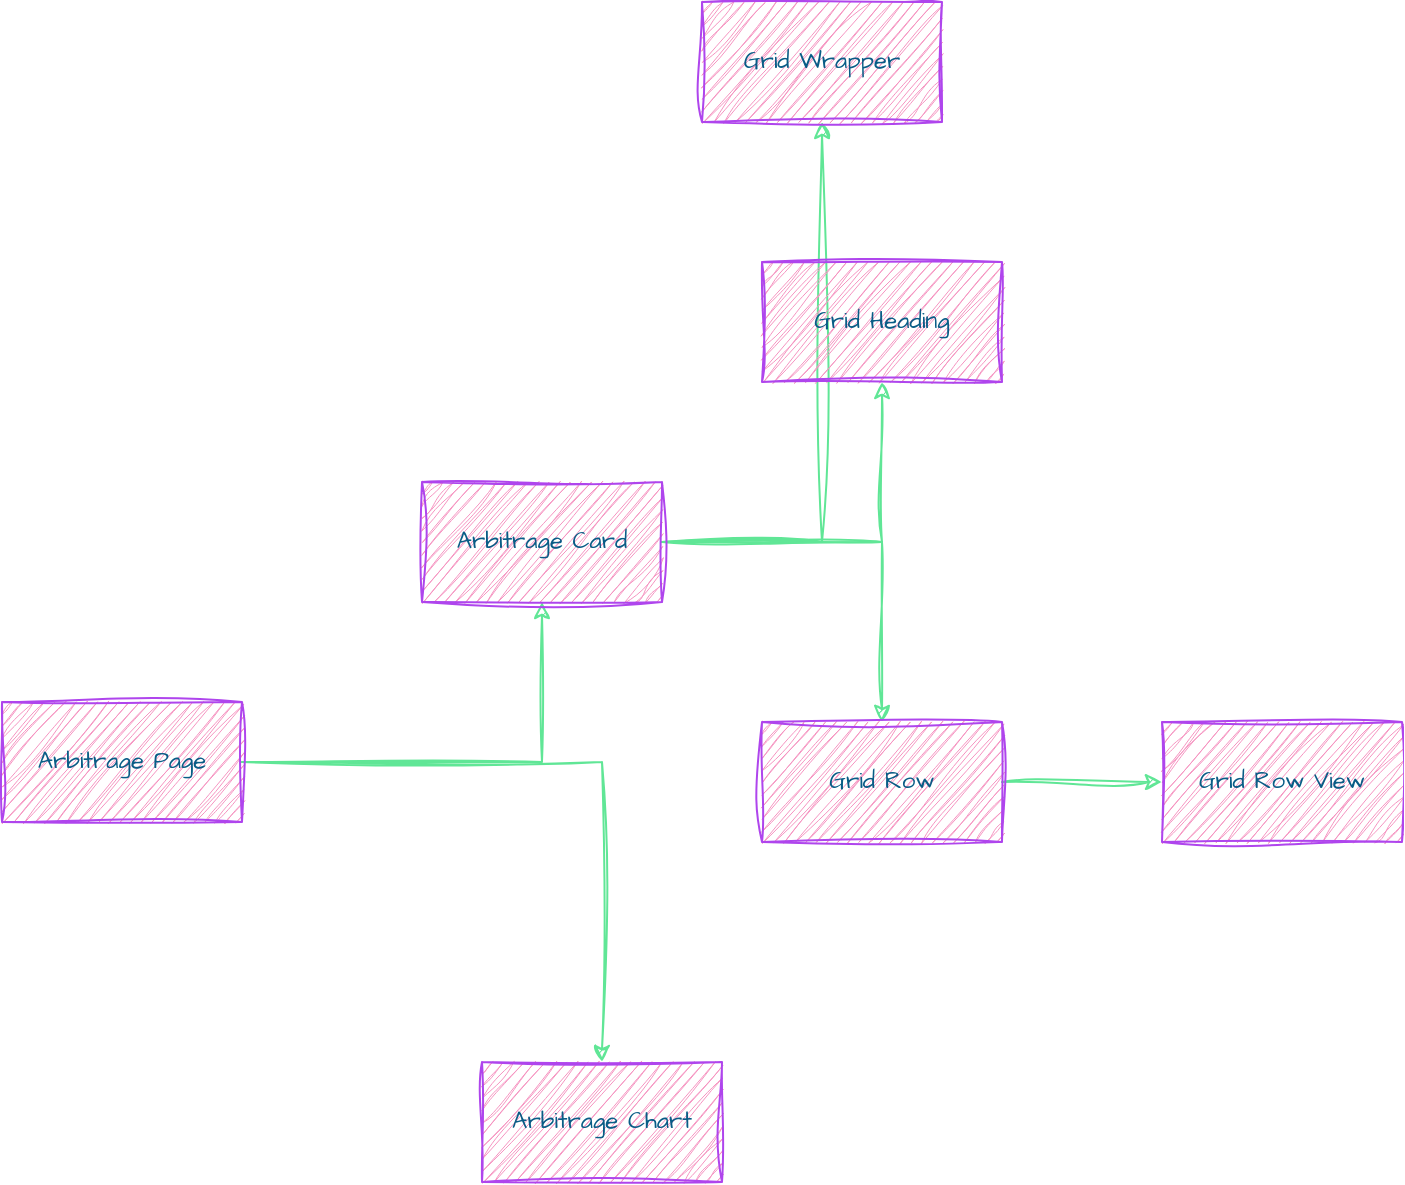
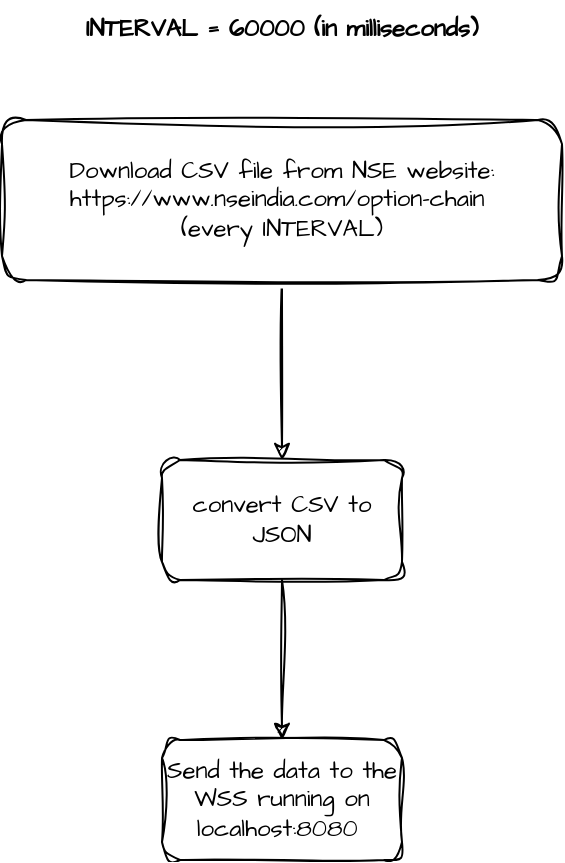
- <mxfile host="app.diagrams.net" pages="6">
+ <mxfile host="app.diagrams.net" pages="7">
+   <diagram id="DJJglXgiiesMZdZrMfj2" name="NSE OI Ticker">
+     <mxGraphModel dx="1357" dy="626" grid="1" gridSize="10" guides="1" tooltips="1" connect="1" arrows="1" fold="1" page="0" pageScale="1" pageWidth="402" pageHeight="874" math="0" shadow="0">
+       <root>
+         <mxCell id="0" />
+         <mxCell id="1" parent="0" />
+         <mxCell id="Dn79RjD0hEObntO6noCi-4" edge="1" parent="1" source="Dn79RjD0hEObntO6noCi-1" style="edgeStyle=orthogonalEdgeStyle;rounded=0;sketch=1;hachureGap=4;jiggle=2;curveFitting=1;orthogonalLoop=1;jettySize=auto;html=1;fontFamily=Architects Daughter;fontSource=https%3A%2F%2Ffonts.googleapis.com%2Fcss%3Ffamily%3DArchitects%2BDaughter;" target="Dn79RjD0hEObntO6noCi-3" value="">
+           <mxGeometry relative="1" as="geometry" />
+         </mxCell>
+         <mxCell id="Dn79RjD0hEObntO6noCi-1" parent="1" style="rounded=1;whiteSpace=wrap;html=1;sketch=1;hachureGap=4;jiggle=2;curveFitting=1;fontFamily=Architects Daughter;fontSource=https%3A%2F%2Ffonts.googleapis.com%2Fcss%3Ffamily%3DArchitects%2BDaughter;" value="&lt;div&gt;Download CSV file from NSE website: https://www.nseindia.com/option-chain&amp;nbsp;&lt;/div&gt;&lt;div&gt;(every INTERVAL)&lt;/div&gt;" vertex="1">
+           <mxGeometry height="80" width="280" x="-30" y="120" as="geometry" />
+         </mxCell>
+         <mxCell id="Dn79RjD0hEObntO6noCi-2" parent="1" style="text;html=1;whiteSpace=wrap;strokeColor=none;fillColor=none;align=center;verticalAlign=middle;rounded=0;fontFamily=Architects Daughter;fontSource=https%3A%2F%2Ffonts.googleapis.com%2Fcss%3Ffamily%3DArchitects%2BDaughter;fontStyle=1" value="INTERVAL = 60000 (in milliseconds)" vertex="1">
+           <mxGeometry height="30" width="220" y="60" as="geometry" />
+         </mxCell>
+         <mxCell id="Dn79RjD0hEObntO6noCi-6" edge="1" parent="1" source="Dn79RjD0hEObntO6noCi-3" style="edgeStyle=orthogonalEdgeStyle;rounded=0;sketch=1;hachureGap=4;jiggle=2;curveFitting=1;orthogonalLoop=1;jettySize=auto;html=1;fontFamily=Architects Daughter;fontSource=https%3A%2F%2Ffonts.googleapis.com%2Fcss%3Ffamily%3DArchitects%2BDaughter;" target="Dn79RjD0hEObntO6noCi-5" value="">
+           <mxGeometry relative="1" as="geometry" />
+         </mxCell>
+         <mxCell id="Dn79RjD0hEObntO6noCi-3" parent="1" style="whiteSpace=wrap;html=1;fontFamily=Architects Daughter;rounded=1;sketch=1;hachureGap=4;jiggle=2;curveFitting=1;fontSource=https%3A%2F%2Ffonts.googleapis.com%2Fcss%3Ffamily%3DArchitects%2BDaughter;" value="convert CSV to JSON" vertex="1">
+           <mxGeometry height="60" width="120" x="50" y="290" as="geometry" />
+         </mxCell>
+         <mxCell id="Dn79RjD0hEObntO6noCi-5" parent="1" style="whiteSpace=wrap;html=1;fontFamily=Architects Daughter;rounded=1;sketch=1;hachureGap=4;jiggle=2;curveFitting=1;fontSource=https%3A%2F%2Ffonts.googleapis.com%2Fcss%3Ffamily%3DArchitects%2BDaughter;" value="Send the data to the WSS running on localhost:8080&amp;nbsp;" vertex="1">
+           <mxGeometry height="60" width="120" x="50" y="430" as="geometry" />
+         </mxCell>
+       </root>
+     </mxGraphModel>
+   </diagram>
  <diagram id="4BpxD9aP9KdIrpdj0uMA" name="Arbitrage Page">
    <mxGraphModel dx="1357" dy="1026" grid="1" gridSize="10" guides="1" tooltips="1" connect="1" arrows="1" fold="1" page="0" pageScale="1" pageWidth="402" pageHeight="874" math="0" shadow="0">
      <root>
        <mxCell id="0" />
        <mxCell id="1" parent="0" />
        <mxCell id="s9Nx30N8KHW5dVmqoR0w-8" edge="1" parent="1" source="s9Nx30N8KHW5dVmqoR0w-1" style="edgeStyle=orthogonalEdgeStyle;rounded=0;sketch=1;hachureGap=4;jiggle=2;curveFitting=1;orthogonalLoop=1;jettySize=auto;html=1;strokeColor=#60E696;fontFamily=Architects Daughter;fontSource=https%3A%2F%2Ffonts.googleapis.com%2Fcss%3Ffamily%3DArchitects%2BDaughter;fontColor=#095C86;fillColor=#F694C1;" target="s9Nx30N8KHW5dVmqoR0w-7" value="">
          <mxGeometry relative="1" as="geometry" />
        </mxCell>
        <mxCell id="s9Nx30N8KHW5dVmqoR0w-16" edge="1" parent="1" source="s9Nx30N8KHW5dVmqoR0w-1" style="edgeStyle=orthogonalEdgeStyle;rounded=0;sketch=1;hachureGap=4;jiggle=2;curveFitting=1;orthogonalLoop=1;jettySize=auto;html=1;strokeColor=#60E696;fontFamily=Architects Daughter;fontSource=https%3A%2F%2Ffonts.googleapis.com%2Fcss%3Ffamily%3DArchitects%2BDaughter;fontColor=#095C86;fillColor=#F694C1;" target="s9Nx30N8KHW5dVmqoR0w-15" value="">
          <mxGeometry relative="1" as="geometry" />
        </mxCell>
        <mxCell id="s9Nx30N8KHW5dVmqoR0w-1" parent="1" style="whiteSpace=wrap;html=1;sketch=1;hachureGap=4;jiggle=2;curveFitting=1;strokeColor=#AF45ED;fontFamily=Architects Daughter;fontSource=https%3A%2F%2Ffonts.googleapis.com%2Fcss%3Ffamily%3DArchitects%2BDaughter;fontColor=#095C86;fillColor=#F694C1;" value="Arbitrage Page" vertex="1">
          <mxGeometry height="60" width="120" x="-110" y="240" as="geometry" />
        </mxCell>
        <mxCell id="s9Nx30N8KHW5dVmqoR0w-10" edge="1" parent="1" source="s9Nx30N8KHW5dVmqoR0w-7" style="edgeStyle=orthogonalEdgeStyle;rounded=0;sketch=1;hachureGap=4;jiggle=2;curveFitting=1;orthogonalLoop=1;jettySize=auto;html=1;strokeColor=#60E696;fontFamily=Architects Daughter;fontSource=https%3A%2F%2Ffonts.googleapis.com%2Fcss%3Ffamily%3DArchitects%2BDaughter;fontColor=#095C86;fillColor=#F694C1;" target="s9Nx30N8KHW5dVmqoR0w-9" value="">
          <mxGeometry relative="1" as="geometry" />
        </mxCell>
        <mxCell id="s9Nx30N8KHW5dVmqoR0w-12" edge="1" parent="1" source="s9Nx30N8KHW5dVmqoR0w-7" style="edgeStyle=orthogonalEdgeStyle;rounded=0;sketch=1;hachureGap=4;jiggle=2;curveFitting=1;orthogonalLoop=1;jettySize=auto;html=1;strokeColor=#60E696;fontFamily=Architects Daughter;fontSource=https%3A%2F%2Ffonts.googleapis.com%2Fcss%3Ffamily%3DArchitects%2BDaughter;fontColor=#095C86;fillColor=#F694C1;" target="s9Nx30N8KHW5dVmqoR0w-11" value="">
          <mxGeometry relative="1" as="geometry" />
        </mxCell>
        <mxCell id="s9Nx30N8KHW5dVmqoR0w-18" edge="1" parent="1" source="s9Nx30N8KHW5dVmqoR0w-7" style="edgeStyle=orthogonalEdgeStyle;rounded=0;sketch=1;hachureGap=4;jiggle=2;curveFitting=1;orthogonalLoop=1;jettySize=auto;html=1;strokeColor=#60E696;fontFamily=Architects Daughter;fontSource=https%3A%2F%2Ffonts.googleapis.com%2Fcss%3Ffamily%3DArchitects%2BDaughter;fontColor=#095C86;fillColor=#F694C1;" target="s9Nx30N8KHW5dVmqoR0w-17" value="">
          <mxGeometry relative="1" as="geometry" />
        </mxCell>
        <mxCell id="s9Nx30N8KHW5dVmqoR0w-7" parent="1" style="whiteSpace=wrap;html=1;fontFamily=Architects Daughter;fillColor=#F694C1;strokeColor=#AF45ED;fontColor=#095C86;sketch=1;hachureGap=4;jiggle=2;curveFitting=1;fontSource=https%3A%2F%2Ffonts.googleapis.com%2Fcss%3Ffamily%3DArchitects%2BDaughter;" value="Arbitrage Card" vertex="1">
          <mxGeometry height="60" width="120" x="100" y="130" as="geometry" />
        </mxCell>
        <mxCell id="s9Nx30N8KHW5dVmqoR0w-9" parent="1" style="whiteSpace=wrap;html=1;fontFamily=Architects Daughter;fillColor=#F694C1;strokeColor=#AF45ED;fontColor=#095C86;sketch=1;hachureGap=4;jiggle=2;curveFitting=1;fontSource=https%3A%2F%2Ffonts.googleapis.com%2Fcss%3Ffamily%3DArchitects%2BDaughter;" value="Grid Heading" vertex="1">
          <mxGeometry height="60" width="120" x="270" y="20" as="geometry" />
        </mxCell>
        <mxCell id="s9Nx30N8KHW5dVmqoR0w-14" edge="1" parent="1" source="s9Nx30N8KHW5dVmqoR0w-11" style="edgeStyle=orthogonalEdgeStyle;rounded=0;sketch=1;hachureGap=4;jiggle=2;curveFitting=1;orthogonalLoop=1;jettySize=auto;html=1;strokeColor=#60E696;fontFamily=Architects Daughter;fontSource=https%3A%2F%2Ffonts.googleapis.com%2Fcss%3Ffamily%3DArchitects%2BDaughter;fontColor=#095C86;fillColor=#F694C1;" target="s9Nx30N8KHW5dVmqoR0w-13" value="">
          <mxGeometry relative="1" as="geometry" />
        </mxCell>
        <mxCell id="s9Nx30N8KHW5dVmqoR0w-11" parent="1" style="whiteSpace=wrap;html=1;fontFamily=Architects Daughter;fillColor=#F694C1;strokeColor=#AF45ED;fontColor=#095C86;sketch=1;hachureGap=4;jiggle=2;curveFitting=1;fontSource=https%3A%2F%2Ffonts.googleapis.com%2Fcss%3Ffamily%3DArchitects%2BDaughter;" value="Grid Row" vertex="1">
          <mxGeometry height="60" width="120" x="270" y="250" as="geometry" />
        </mxCell>
        <mxCell id="s9Nx30N8KHW5dVmqoR0w-13" parent="1" style="whiteSpace=wrap;html=1;fontFamily=Architects Daughter;fillColor=#F694C1;strokeColor=#AF45ED;fontColor=#095C86;sketch=1;hachureGap=4;jiggle=2;curveFitting=1;fontSource=https%3A%2F%2Ffonts.googleapis.com%2Fcss%3Ffamily%3DArchitects%2BDaughter;" value="Grid Row View" vertex="1">
          <mxGeometry height="60" width="120" x="470" y="250" as="geometry" />
        </mxCell>
        <mxCell id="s9Nx30N8KHW5dVmqoR0w-15" parent="1" style="whiteSpace=wrap;html=1;fontFamily=Architects Daughter;fillColor=#F694C1;strokeColor=#AF45ED;fontColor=#095C86;sketch=1;hachureGap=4;jiggle=2;curveFitting=1;fontSource=https%3A%2F%2Ffonts.googleapis.com%2Fcss%3Ffamily%3DArchitects%2BDaughter;" value="Arbitrage Chart" vertex="1">
          <mxGeometry height="60" width="120" x="130" y="420" as="geometry" />
        </mxCell>
        <mxCell id="s9Nx30N8KHW5dVmqoR0w-17" parent="1" style="whiteSpace=wrap;html=1;fontFamily=Architects Daughter;fillColor=#F694C1;strokeColor=#AF45ED;fontColor=#095C86;sketch=1;hachureGap=4;jiggle=2;curveFitting=1;fontSource=https%3A%2F%2Ffonts.googleapis.com%2Fcss%3Ffamily%3DArchitects%2BDaughter;" value="Grid Wrapper" vertex="1">
          <mxGeometry height="60" width="120" x="240" y="-110" as="geometry" />
        </mxCell>
      </root>
    </mxGraphModel>
  </diagram>
  <diagram id="wPQbEJP3DVO_ncDqMHqx" name="Sessions Page">
    <mxGraphModel dx="2395" dy="1443" grid="1" gridSize="10" guides="1" tooltips="1" connect="1" arrows="1" fold="1" page="0" pageScale="1" pageWidth="402" pageHeight="874" math="0" shadow="0">
      <root>
        <mxCell id="0" />
        <mxCell id="1" parent="0" />
        <mxCell id="DB1AKVm6qyutKQlFYAWD-6" edge="1" parent="1" source="DB1AKVm6qyutKQlFYAWD-1" style="edgeStyle=orthogonalEdgeStyle;rounded=1;orthogonalLoop=1;jettySize=auto;html=1;sketch=1;curveFitting=1;jiggle=2;labelBackgroundColor=none;fontColor=default;strokeColor=#60E696;" target="DB1AKVm6qyutKQlFYAWD-5" value="">
          <mxGeometry relative="1" as="geometry" />
        </mxCell>
        <mxCell id="DB1AKVm6qyutKQlFYAWD-8" edge="1" parent="1" source="DB1AKVm6qyutKQlFYAWD-1" style="edgeStyle=orthogonalEdgeStyle;rounded=1;orthogonalLoop=1;jettySize=auto;html=1;sketch=1;curveFitting=1;jiggle=2;labelBackgroundColor=none;fontColor=default;strokeColor=#60E696;" target="DB1AKVm6qyutKQlFYAWD-7" value="">
          <mxGeometry relative="1" as="geometry">
            <Array as="points">
              <mxPoint x="120" y="270" />
            </Array>
          </mxGeometry>
        </mxCell>
        <mxCell id="DB1AKVm6qyutKQlFYAWD-10" edge="1" parent="1" source="DB1AKVm6qyutKQlFYAWD-1" style="edgeStyle=orthogonalEdgeStyle;rounded=1;orthogonalLoop=1;jettySize=auto;html=1;sketch=1;curveFitting=1;jiggle=2;labelBackgroundColor=none;fontColor=default;strokeColor=#60E696;" target="DB1AKVm6qyutKQlFYAWD-9" value="">
          <mxGeometry relative="1" as="geometry">
            <Array as="points">
              <mxPoint x="120" y="60" />
            </Array>
          </mxGeometry>
        </mxCell>
        <mxCell id="DB1AKVm6qyutKQlFYAWD-1" parent="1" style="rounded=1;whiteSpace=wrap;html=1;sketch=1;curveFitting=1;jiggle=2;labelBackgroundColor=none;fillColor=#F694C1;strokeColor=#AF45ED;fontColor=#095C86;" value="add-scrip" vertex="1">
          <mxGeometry height="60" width="120" x="60" y="130" as="geometry" />
        </mxCell>
        <mxCell id="DB1AKVm6qyutKQlFYAWD-4" edge="1" parent="1" source="DB1AKVm6qyutKQlFYAWD-3" style="edgeStyle=orthogonalEdgeStyle;rounded=1;orthogonalLoop=1;jettySize=auto;html=1;sketch=1;curveFitting=1;jiggle=2;labelBackgroundColor=none;fontColor=default;strokeColor=#60E696;" target="DB1AKVm6qyutKQlFYAWD-1" value="">
          <mxGeometry relative="1" as="geometry" />
        </mxCell>
        <mxCell id="DB1AKVm6qyutKQlFYAWD-12" edge="1" parent="1" source="DB1AKVm6qyutKQlFYAWD-3" style="edgeStyle=orthogonalEdgeStyle;rounded=1;orthogonalLoop=1;jettySize=auto;html=1;sketch=1;curveFitting=1;jiggle=2;labelBackgroundColor=none;fontColor=default;strokeColor=#60E696;" target="DB1AKVm6qyutKQlFYAWD-11" value="">
          <mxGeometry relative="1" as="geometry">
            <Array as="points">
              <mxPoint x="-100" y="360" />
            </Array>
          </mxGeometry>
        </mxCell>
        <mxCell id="DB1AKVm6qyutKQlFYAWD-3" parent="1" style="rounded=1;whiteSpace=wrap;html=1;sketch=1;curveFitting=1;jiggle=2;labelBackgroundColor=none;fillColor=#F694C1;strokeColor=#AF45ED;fontColor=#095C86;" value="add-session-cta" vertex="1">
          <mxGeometry height="60" width="120" x="-160" y="130" as="geometry" />
        </mxCell>
        <mxCell id="DB1AKVm6qyutKQlFYAWD-5" parent="1" style="whiteSpace=wrap;html=1;rounded=1;sketch=1;curveFitting=1;jiggle=2;labelBackgroundColor=none;fillColor=#F694C1;strokeColor=#AF45ED;fontColor=#095C86;" value="select-exchange" vertex="1">
          <mxGeometry height="60" width="120" x="310" y="130" as="geometry" />
        </mxCell>
        <mxCell id="ouMAoqMrmdJ_XqpmxOQB-3" edge="1" parent="1" source="DB1AKVm6qyutKQlFYAWD-7" style="edgeStyle=orthogonalEdgeStyle;rounded=1;sketch=1;hachureGap=4;jiggle=2;curveFitting=1;orthogonalLoop=1;jettySize=auto;html=1;fontFamily=Architects Daughter;fontSource=https%3A%2F%2Ffonts.googleapis.com%2Fcss%3Ffamily%3DArchitects%2BDaughter;labelBackgroundColor=none;fontColor=default;strokeColor=#60E696;" target="ouMAoqMrmdJ_XqpmxOQB-1">
          <mxGeometry relative="1" as="geometry" />
        </mxCell>
        <mxCell id="DB1AKVm6qyutKQlFYAWD-7" parent="1" style="whiteSpace=wrap;html=1;rounded=1;sketch=1;curveFitting=1;jiggle=2;labelBackgroundColor=none;fillColor=#F694C1;strokeColor=#AF45ED;fontColor=#095C86;" value="NSE Scrip Form" vertex="1">
          <mxGeometry height="60" width="120" x="310" y="220" as="geometry" />
        </mxCell>
        <mxCell id="ouMAoqMrmdJ_XqpmxOQB-2" edge="1" parent="1" source="DB1AKVm6qyutKQlFYAWD-9" style="edgeStyle=orthogonalEdgeStyle;rounded=1;sketch=1;hachureGap=4;jiggle=2;curveFitting=1;orthogonalLoop=1;jettySize=auto;html=1;fontFamily=Architects Daughter;fontSource=https%3A%2F%2Ffonts.googleapis.com%2Fcss%3Ffamily%3DArchitects%2BDaughter;labelBackgroundColor=none;fontColor=default;strokeColor=#60E696;" target="ouMAoqMrmdJ_XqpmxOQB-1" value="">
          <mxGeometry relative="1" as="geometry" />
        </mxCell>
        <mxCell id="DB1AKVm6qyutKQlFYAWD-9" parent="1" style="whiteSpace=wrap;html=1;rounded=1;sketch=1;curveFitting=1;jiggle=2;labelBackgroundColor=none;fillColor=#F694C1;strokeColor=#AF45ED;fontColor=#095C86;" value="NFO Scrip Form" vertex="1">
          <mxGeometry height="60" width="120" x="310" y="30" as="geometry" />
        </mxCell>
        <mxCell id="ouMAoqMrmdJ_XqpmxOQB-15" edge="1" parent="1" source="DB1AKVm6qyutKQlFYAWD-11" style="edgeStyle=orthogonalEdgeStyle;rounded=1;sketch=1;hachureGap=4;jiggle=2;curveFitting=1;orthogonalLoop=1;jettySize=auto;html=1;fontFamily=Architects Daughter;fontSource=https%3A%2F%2Ffonts.googleapis.com%2Fcss%3Ffamily%3DArchitects%2BDaughter;labelBackgroundColor=none;fontColor=default;strokeColor=#60E696;" target="ouMAoqMrmdJ_XqpmxOQB-14" value="">
          <mxGeometry relative="1" as="geometry" />
        </mxCell>
        <mxCell id="ouMAoqMrmdJ_XqpmxOQB-17" edge="1" parent="1" source="DB1AKVm6qyutKQlFYAWD-11" style="edgeStyle=orthogonalEdgeStyle;rounded=1;sketch=1;hachureGap=4;jiggle=2;curveFitting=1;orthogonalLoop=1;jettySize=auto;html=1;fontFamily=Architects Daughter;fontSource=https%3A%2F%2Ffonts.googleapis.com%2Fcss%3Ffamily%3DArchitects%2BDaughter;labelBackgroundColor=none;fontColor=default;strokeColor=#60E696;" target="ouMAoqMrmdJ_XqpmxOQB-16" value="">
          <mxGeometry relative="1" as="geometry">
            <Array as="points">
              <mxPoint x="120" y="520" />
            </Array>
          </mxGeometry>
        </mxCell>
        <mxCell id="DB1AKVm6qyutKQlFYAWD-11" parent="1" style="whiteSpace=wrap;html=1;rounded=1;sketch=1;curveFitting=1;jiggle=2;labelBackgroundColor=none;fillColor=#F694C1;strokeColor=#AF45ED;fontColor=#095C86;" value="scrip-list" vertex="1">
          <mxGeometry height="60" width="120" x="60" y="330" as="geometry" />
        </mxCell>
        <mxCell id="DB1AKVm6qyutKQlFYAWD-15" edge="1" parent="1" source="DB1AKVm6qyutKQlFYAWD-14" style="edgeStyle=orthogonalEdgeStyle;rounded=1;sketch=1;hachureGap=4;jiggle=2;curveFitting=1;orthogonalLoop=1;jettySize=auto;html=1;entryX=0;entryY=0.5;entryDx=0;entryDy=0;fontFamily=Architects Daughter;fontSource=https%3A%2F%2Ffonts.googleapis.com%2Fcss%3Ffamily%3DArchitects%2BDaughter;fontColor=default;labelBackgroundColor=none;strokeColor=#60E696;" target="DB1AKVm6qyutKQlFYAWD-3">
          <mxGeometry relative="1" as="geometry">
            <Array as="points">
              <mxPoint x="-360" y="160" />
            </Array>
          </mxGeometry>
        </mxCell>
        <mxCell id="ouMAoqMrmdJ_XqpmxOQB-28" edge="1" parent="1" source="DB1AKVm6qyutKQlFYAWD-14" style="edgeStyle=orthogonalEdgeStyle;rounded=1;sketch=1;hachureGap=4;jiggle=2;curveFitting=1;orthogonalLoop=1;jettySize=auto;html=1;entryX=0;entryY=0.5;entryDx=0;entryDy=0;fontFamily=Architects Daughter;fontSource=https%3A%2F%2Ffonts.googleapis.com%2Fcss%3Ffamily%3DArchitects%2BDaughter;labelBackgroundColor=none;fontColor=default;strokeColor=#60E696;" target="ouMAoqMrmdJ_XqpmxOQB-19">
          <mxGeometry relative="1" as="geometry">
            <Array as="points">
              <mxPoint x="-360" y="880" />
            </Array>
          </mxGeometry>
        </mxCell>
        <mxCell id="DB1AKVm6qyutKQlFYAWD-14" parent="1" style="rounded=1;whiteSpace=wrap;html=1;sketch=1;curveFitting=1;jiggle=2;labelBackgroundColor=none;fillColor=#F694C1;strokeColor=#AF45ED;fontColor=#095C86;" value="sessions-page" vertex="1">
          <mxGeometry height="60" width="120" x="-420" y="320" as="geometry" />
        </mxCell>
        <mxCell id="ouMAoqMrmdJ_XqpmxOQB-1" parent="1" style="whiteSpace=wrap;html=1;rounded=1;sketch=1;curveFitting=1;jiggle=2;labelBackgroundColor=none;fillColor=#F694C1;strokeColor=#AF45ED;fontColor=#095C86;" value="base form" vertex="1">
          <mxGeometry height="60" width="120" x="560" y="130" as="geometry" />
        </mxCell>
        <mxCell id="ouMAoqMrmdJ_XqpmxOQB-6" edge="1" parent="1" source="ouMAoqMrmdJ_XqpmxOQB-4" style="edgeStyle=orthogonalEdgeStyle;rounded=1;sketch=1;hachureGap=4;jiggle=2;curveFitting=1;orthogonalLoop=1;jettySize=auto;html=1;fontFamily=Architects Daughter;fontSource=https%3A%2F%2Ffonts.googleapis.com%2Fcss%3Ffamily%3DArchitects%2BDaughter;labelBackgroundColor=none;fontColor=default;strokeColor=#60E696;" target="ouMAoqMrmdJ_XqpmxOQB-5" value="">
          <mxGeometry relative="1" as="geometry" />
        </mxCell>
        <mxCell id="ouMAoqMrmdJ_XqpmxOQB-4" parent="1" style="whiteSpace=wrap;html=1;sketch=1;hachureGap=4;jiggle=2;curveFitting=1;fontFamily=Architects Daughter;fontSource=https%3A%2F%2Ffonts.googleapis.com%2Fcss%3Ffamily%3DArchitects%2BDaughter;labelBackgroundColor=none;rounded=1;fillColor=#F694C1;strokeColor=#AF45ED;fontColor=#095C86;" value="start Session" vertex="1">
          <mxGeometry height="60" width="120" x="900" y="-60" as="geometry" />
        </mxCell>
        <mxCell id="ouMAoqMrmdJ_XqpmxOQB-8" edge="1" parent="1" source="ouMAoqMrmdJ_XqpmxOQB-5" style="edgeStyle=orthogonalEdgeStyle;rounded=1;sketch=1;hachureGap=4;jiggle=2;curveFitting=1;orthogonalLoop=1;jettySize=auto;html=1;fontFamily=Architects Daughter;fontSource=https%3A%2F%2Ffonts.googleapis.com%2Fcss%3Ffamily%3DArchitects%2BDaughter;labelBackgroundColor=none;fontColor=default;strokeColor=#60E696;" target="ouMAoqMrmdJ_XqpmxOQB-7" value="">
          <mxGeometry relative="1" as="geometry" />
        </mxCell>
        <mxCell id="ouMAoqMrmdJ_XqpmxOQB-5" parent="1" style="whiteSpace=wrap;html=1;fontFamily=Architects Daughter;sketch=1;hachureGap=4;jiggle=2;curveFitting=1;fontSource=https%3A%2F%2Ffonts.googleapis.com%2Fcss%3Ffamily%3DArchitects%2BDaughter;labelBackgroundColor=none;rounded=1;fillColor=#F694C1;strokeColor=#AF45ED;fontColor=#095C86;" value="Place order" vertex="1">
          <mxGeometry height="60" width="120" x="1100" y="-60" as="geometry" />
        </mxCell>
        <mxCell id="ouMAoqMrmdJ_XqpmxOQB-10" edge="1" parent="1" source="ouMAoqMrmdJ_XqpmxOQB-7" style="edgeStyle=orthogonalEdgeStyle;rounded=1;sketch=1;hachureGap=4;jiggle=2;curveFitting=1;orthogonalLoop=1;jettySize=auto;html=1;fontFamily=Architects Daughter;fontSource=https%3A%2F%2Ffonts.googleapis.com%2Fcss%3Ffamily%3DArchitects%2BDaughter;labelBackgroundColor=none;fontColor=default;strokeColor=#60E696;" target="ouMAoqMrmdJ_XqpmxOQB-9" value="">
          <mxGeometry relative="1" as="geometry" />
        </mxCell>
        <mxCell id="ouMAoqMrmdJ_XqpmxOQB-7" parent="1" style="whiteSpace=wrap;html=1;fontFamily=Architects Daughter;sketch=1;hachureGap=4;jiggle=2;curveFitting=1;fontSource=https%3A%2F%2Ffonts.googleapis.com%2Fcss%3Ffamily%3DArchitects%2BDaughter;labelBackgroundColor=none;rounded=1;fillColor=#F694C1;strokeColor=#AF45ED;fontColor=#095C86;" value="update trade" vertex="1">
          <mxGeometry height="60" width="120" x="1300" y="-60" as="geometry" />
        </mxCell>
        <mxCell id="ouMAoqMrmdJ_XqpmxOQB-12" edge="1" parent="1" source="ouMAoqMrmdJ_XqpmxOQB-9" style="edgeStyle=orthogonalEdgeStyle;rounded=1;sketch=1;hachureGap=4;jiggle=2;curveFitting=1;orthogonalLoop=1;jettySize=auto;html=1;fontFamily=Architects Daughter;fontSource=https%3A%2F%2Ffonts.googleapis.com%2Fcss%3Ffamily%3DArchitects%2BDaughter;labelBackgroundColor=none;fontColor=default;strokeColor=#60E696;" target="ouMAoqMrmdJ_XqpmxOQB-11" value="">
          <mxGeometry relative="1" as="geometry" />
        </mxCell>
        <mxCell id="ouMAoqMrmdJ_XqpmxOQB-9" parent="1" style="whiteSpace=wrap;html=1;fontFamily=Architects Daughter;sketch=1;hachureGap=4;jiggle=2;curveFitting=1;fontSource=https%3A%2F%2Ffonts.googleapis.com%2Fcss%3Ffamily%3DArchitects%2BDaughter;labelBackgroundColor=none;rounded=1;fillColor=#F694C1;strokeColor=#AF45ED;fontColor=#095C86;" value="update netPosition" vertex="1">
          <mxGeometry height="60" width="120" x="1500" y="-60" as="geometry" />
        </mxCell>
        <mxCell id="ouMAoqMrmdJ_XqpmxOQB-11" parent="1" style="whiteSpace=wrap;html=1;fontFamily=Architects Daughter;sketch=1;hachureGap=4;jiggle=2;curveFitting=1;fontSource=https%3A%2F%2Ffonts.googleapis.com%2Fcss%3Ffamily%3DArchitects%2BDaughter;labelBackgroundColor=none;rounded=1;fillColor=#F694C1;strokeColor=#AF45ED;fontColor=#095C86;" value="update placedOrders?" vertex="1">
          <mxGeometry height="60" width="120" x="1700" y="-60" as="geometry" />
        </mxCell>
        <mxCell id="ouMAoqMrmdJ_XqpmxOQB-13" parent="1" style="html=1;verticalLabelPosition=bottom;align=center;labelBackgroundColor=none;verticalAlign=top;strokeWidth=2;shadow=0;dashed=0;shape=mxgraph.ios7.icons.tools;pointerEvents=1;sketch=1;hachureGap=4;jiggle=2;curveFitting=1;fontFamily=Architects Daughter;fontSource=https%3A%2F%2Ffonts.googleapis.com%2Fcss%3Ffamily%3DArchitects%2BDaughter;rounded=1;fillColor=#F694C1;strokeColor=#AF45ED;fontColor=#095C86;" value="" vertex="1">
          <mxGeometry height="50" width="50" x="1135" y="-20" as="geometry" />
        </mxCell>
        <mxCell id="ouMAoqMrmdJ_XqpmxOQB-14" parent="1" style="whiteSpace=wrap;html=1;rounded=1;sketch=1;curveFitting=1;jiggle=2;labelBackgroundColor=none;fillColor=#F694C1;strokeColor=#AF45ED;fontColor=#095C86;" value="live-price-cell" vertex="1">
          <mxGeometry height="60" width="120" x="260" y="330" as="geometry" />
        </mxCell>
        <mxCell id="ouMAoqMrmdJ_XqpmxOQB-16" parent="1" style="whiteSpace=wrap;html=1;rounded=1;sketch=1;curveFitting=1;jiggle=2;labelBackgroundColor=none;fillColor=#F694C1;strokeColor=#AF45ED;fontColor=#095C86;" value="charges-cell" vertex="1">
          <mxGeometry height="60" width="120" x="250" y="500" as="geometry" />
        </mxCell>
        <mxCell id="ouMAoqMrmdJ_XqpmxOQB-22" edge="1" parent="1" source="ouMAoqMrmdJ_XqpmxOQB-19" style="edgeStyle=orthogonalEdgeStyle;rounded=1;sketch=1;hachureGap=4;jiggle=2;curveFitting=1;orthogonalLoop=1;jettySize=auto;html=1;fontFamily=Architects Daughter;fontSource=https%3A%2F%2Ffonts.googleapis.com%2Fcss%3Ffamily%3DArchitects%2BDaughter;labelBackgroundColor=none;fontColor=default;strokeColor=#60E696;" target="ouMAoqMrmdJ_XqpmxOQB-21" value="">
          <mxGeometry relative="1" as="geometry" />
        </mxCell>
        <mxCell id="ouMAoqMrmdJ_XqpmxOQB-25" edge="1" parent="1" source="ouMAoqMrmdJ_XqpmxOQB-19" style="edgeStyle=orthogonalEdgeStyle;rounded=1;sketch=1;hachureGap=4;jiggle=2;curveFitting=1;orthogonalLoop=1;jettySize=auto;html=1;entryX=0;entryY=0.5;entryDx=0;entryDy=0;fontFamily=Architects Daughter;fontSource=https%3A%2F%2Ffonts.googleapis.com%2Fcss%3Ffamily%3DArchitects%2BDaughter;labelBackgroundColor=none;fontColor=default;strokeColor=#60E696;" target="ouMAoqMrmdJ_XqpmxOQB-23">
          <mxGeometry relative="1" as="geometry">
            <Array as="points">
              <mxPoint x="100" y="710" />
            </Array>
          </mxGeometry>
        </mxCell>
        <mxCell id="ouMAoqMrmdJ_XqpmxOQB-27" edge="1" parent="1" source="ouMAoqMrmdJ_XqpmxOQB-19" style="edgeStyle=orthogonalEdgeStyle;rounded=1;sketch=1;hachureGap=4;jiggle=2;curveFitting=1;orthogonalLoop=1;jettySize=auto;html=1;fontFamily=Architects Daughter;fontSource=https%3A%2F%2Ffonts.googleapis.com%2Fcss%3Ffamily%3DArchitects%2BDaughter;labelBackgroundColor=none;fontColor=default;strokeColor=#60E696;" target="ouMAoqMrmdJ_XqpmxOQB-26" value="">
          <mxGeometry relative="1" as="geometry">
            <Array as="points">
              <mxPoint x="100" y="1080" />
            </Array>
          </mxGeometry>
        </mxCell>
        <mxCell id="ouMAoqMrmdJ_XqpmxOQB-30" edge="1" parent="1" source="ouMAoqMrmdJ_XqpmxOQB-19" style="edgeStyle=orthogonalEdgeStyle;rounded=1;sketch=1;hachureGap=4;jiggle=2;curveFitting=1;orthogonalLoop=1;jettySize=auto;html=1;fontFamily=Architects Daughter;fontSource=https%3A%2F%2Ffonts.googleapis.com%2Fcss%3Ffamily%3DArchitects%2BDaughter;fontColor=default;labelBackgroundColor=none;strokeColor=#60E696;" target="ouMAoqMrmdJ_XqpmxOQB-29" value="">
          <mxGeometry relative="1" as="geometry">
            <Array as="points">
              <mxPoint x="80" y="610" />
            </Array>
          </mxGeometry>
        </mxCell>
        <mxCell id="ouMAoqMrmdJ_XqpmxOQB-19" parent="1" style="whiteSpace=wrap;html=1;rounded=1;sketch=1;curveFitting=1;jiggle=2;labelBackgroundColor=none;fillColor=#F694C1;strokeColor=#AF45ED;fontColor=#095C86;" value="session-card" vertex="1">
          <mxGeometry height="60" width="120" x="40" y="850" as="geometry" />
        </mxCell>
        <mxCell id="ouMAoqMrmdJ_XqpmxOQB-21" parent="1" style="whiteSpace=wrap;html=1;rounded=1;sketch=1;curveFitting=1;jiggle=2;labelBackgroundColor=none;fillColor=#F694C1;strokeColor=#AF45ED;fontColor=#095C86;" value="session-header" vertex="1">
          <mxGeometry height="60" width="120" x="290" y="850" as="geometry" />
        </mxCell>
        <mxCell id="ouMAoqMrmdJ_XqpmxOQB-32" edge="1" parent="1" source="ouMAoqMrmdJ_XqpmxOQB-23" style="edgeStyle=orthogonalEdgeStyle;rounded=1;sketch=1;hachureGap=4;jiggle=2;curveFitting=1;orthogonalLoop=1;jettySize=auto;html=1;fontFamily=Architects Daughter;fontSource=https%3A%2F%2Ffonts.googleapis.com%2Fcss%3Ffamily%3DArchitects%2BDaughter;fontColor=default;labelBackgroundColor=none;strokeColor=#60E696;" target="ouMAoqMrmdJ_XqpmxOQB-31" value="">
          <mxGeometry relative="1" as="geometry">
            <Array as="points">
              <mxPoint x="360" y="650" />
            </Array>
          </mxGeometry>
        </mxCell>
        <mxCell id="ouMAoqMrmdJ_XqpmxOQB-34" edge="1" parent="1" source="ouMAoqMrmdJ_XqpmxOQB-23" style="edgeStyle=orthogonalEdgeStyle;rounded=1;sketch=1;hachureGap=4;jiggle=2;curveFitting=1;orthogonalLoop=1;jettySize=auto;html=1;fontFamily=Architects Daughter;fontSource=https%3A%2F%2Ffonts.googleapis.com%2Fcss%3Ffamily%3DArchitects%2BDaughter;fontColor=default;labelBackgroundColor=none;strokeColor=#60E696;" target="ouMAoqMrmdJ_XqpmxOQB-33" value="">
          <mxGeometry relative="1" as="geometry" />
        </mxCell>
        <mxCell id="ouMAoqMrmdJ_XqpmxOQB-38" edge="1" parent="1" source="ouMAoqMrmdJ_XqpmxOQB-23" style="edgeStyle=orthogonalEdgeStyle;rounded=1;sketch=1;hachureGap=4;jiggle=2;curveFitting=1;orthogonalLoop=1;jettySize=auto;html=1;fontFamily=Architects Daughter;fontSource=https%3A%2F%2Ffonts.googleapis.com%2Fcss%3Ffamily%3DArchitects%2BDaughter;fontColor=default;labelBackgroundColor=none;strokeColor=#60E696;" target="ouMAoqMrmdJ_XqpmxOQB-37" value="">
          <mxGeometry relative="1" as="geometry">
            <Array as="points">
              <mxPoint x="360" y="790" />
              <mxPoint x="640" y="790" />
            </Array>
          </mxGeometry>
        </mxCell>
        <mxCell id="eX8Cx5BNWnft2gzvnQZb-2" edge="1" parent="1" source="ouMAoqMrmdJ_XqpmxOQB-23" style="edgeStyle=orthogonalEdgeStyle;rounded=0;sketch=1;hachureGap=4;jiggle=2;curveFitting=1;orthogonalLoop=1;jettySize=auto;html=1;fontFamily=Architects Daughter;fontSource=https%3A%2F%2Ffonts.googleapis.com%2Fcss%3Ffamily%3DArchitects%2BDaughter;entryX=0;entryY=0.5;entryDx=0;entryDy=0;labelBackgroundColor=none;fontColor=default;strokeColor=#60E696;" target="eX8Cx5BNWnft2gzvnQZb-3">
          <mxGeometry relative="1" as="geometry">
            <Array as="points">
              <mxPoint x="340" y="830" />
              <mxPoint x="600" y="830" />
              <mxPoint x="600" y="980" />
            </Array>
            <mxPoint x="600" y="1010" as="targetPoint" />
          </mxGeometry>
        </mxCell>
        <mxCell id="ouMAoqMrmdJ_XqpmxOQB-23" parent="1" style="whiteSpace=wrap;html=1;rounded=1;sketch=1;curveFitting=1;jiggle=2;labelBackgroundColor=none;fillColor=#F694C1;strokeColor=#AF45ED;fontColor=#095C86;" value="net-positions-grid" vertex="1">
          <mxGeometry height="60" width="120" x="300" y="680" as="geometry" />
        </mxCell>
        <mxCell id="ouMAoqMrmdJ_XqpmxOQB-26" parent="1" style="whiteSpace=wrap;html=1;rounded=1;sketch=1;curveFitting=1;jiggle=2;labelBackgroundColor=none;fillColor=#F694C1;strokeColor=#AF45ED;fontColor=#095C86;" value="pnl-summary" vertex="1">
          <mxGeometry height="60" width="120" x="300" y="1050" as="geometry" />
        </mxCell>
        <mxCell id="ouMAoqMrmdJ_XqpmxOQB-29" parent="1" style="whiteSpace=wrap;html=1;rounded=1;sketch=1;curveFitting=1;jiggle=2;labelBackgroundColor=none;fillColor=#F694C1;strokeColor=#AF45ED;fontColor=#095C86;" value="GridWrapper" vertex="1">
          <mxGeometry height="60" width="120" x="300" y="580" as="geometry" />
        </mxCell>
        <mxCell id="ouMAoqMrmdJ_XqpmxOQB-31" parent="1" style="whiteSpace=wrap;html=1;rounded=1;sketch=1;curveFitting=1;jiggle=2;labelBackgroundColor=none;fillColor=#F694C1;strokeColor=#AF45ED;fontColor=#095C86;" value="header" vertex="1">
          <mxGeometry height="60" width="120" x="700" y="600" as="geometry" />
        </mxCell>
        <mxCell id="ouMAoqMrmdJ_XqpmxOQB-33" parent="1" style="whiteSpace=wrap;html=1;rounded=1;sketch=1;curveFitting=1;jiggle=2;labelBackgroundColor=none;fillColor=#F694C1;strokeColor=#AF45ED;fontColor=#095C86;" value="table-heading" vertex="1">
          <mxGeometry height="60" width="120" x="700" y="710" as="geometry" />
        </mxCell>
        <mxCell id="ouMAoqMrmdJ_XqpmxOQB-40" edge="1" parent="1" source="ouMAoqMrmdJ_XqpmxOQB-37" style="edgeStyle=orthogonalEdgeStyle;rounded=1;sketch=1;hachureGap=4;jiggle=2;curveFitting=1;orthogonalLoop=1;jettySize=auto;html=1;fontFamily=Architects Daughter;fontSource=https%3A%2F%2Ffonts.googleapis.com%2Fcss%3Ffamily%3DArchitects%2BDaughter;fontColor=default;labelBackgroundColor=none;strokeColor=#60E696;" target="ouMAoqMrmdJ_XqpmxOQB-39" value="">
          <mxGeometry relative="1" as="geometry" />
        </mxCell>
        <mxCell id="ouMAoqMrmdJ_XqpmxOQB-41" edge="1" parent="1" source="ouMAoqMrmdJ_XqpmxOQB-37" style="edgeStyle=orthogonalEdgeStyle;rounded=1;sketch=1;hachureGap=4;jiggle=2;curveFitting=1;orthogonalLoop=1;jettySize=auto;html=1;fontFamily=Architects Daughter;fontSource=https%3A%2F%2Ffonts.googleapis.com%2Fcss%3Ffamily%3DArchitects%2BDaughter;fontColor=default;labelBackgroundColor=none;strokeColor=#60E696;" target="ouMAoqMrmdJ_XqpmxOQB-39" value="">
          <mxGeometry relative="1" as="geometry" />
        </mxCell>
        <mxCell id="ouMAoqMrmdJ_XqpmxOQB-43" edge="1" parent="1" source="ouMAoqMrmdJ_XqpmxOQB-37" style="edgeStyle=orthogonalEdgeStyle;rounded=1;sketch=1;hachureGap=4;jiggle=2;curveFitting=1;orthogonalLoop=1;jettySize=auto;html=1;fontFamily=Architects Daughter;fontSource=https%3A%2F%2Ffonts.googleapis.com%2Fcss%3Ffamily%3DArchitects%2BDaughter;fontColor=default;labelBackgroundColor=none;strokeColor=#60E696;" target="ouMAoqMrmdJ_XqpmxOQB-42" value="">
          <mxGeometry relative="1" as="geometry">
            <Array as="points">
              <mxPoint x="865" y="860" />
              <mxPoint x="865" y="890" />
            </Array>
          </mxGeometry>
        </mxCell>
        <mxCell id="ouMAoqMrmdJ_XqpmxOQB-37" parent="1" style="whiteSpace=wrap;html=1;rounded=1;sketch=1;curveFitting=1;jiggle=2;labelBackgroundColor=none;fillColor=#F694C1;strokeColor=#AF45ED;fontColor=#095C86;" value="instrument-row" vertex="1">
          <mxGeometry height="60" width="120" x="700" y="810" as="geometry" />
        </mxCell>
        <mxCell id="ouMAoqMrmdJ_XqpmxOQB-39" parent="1" style="whiteSpace=wrap;html=1;rounded=1;sketch=1;curveFitting=1;jiggle=2;labelBackgroundColor=none;fillColor=#F694C1;strokeColor=#AF45ED;fontColor=#095C86;" value="buy-sell-cta" vertex="1">
          <mxGeometry height="60" width="120" x="910" y="750" as="geometry" />
        </mxCell>
        <mxCell id="ouMAoqMrmdJ_XqpmxOQB-42" parent="1" style="whiteSpace=wrap;html=1;rounded=1;sketch=1;curveFitting=1;jiggle=2;labelBackgroundColor=none;fillColor=#F694C1;strokeColor=#AF45ED;fontColor=#095C86;" value="instrument-row-view" vertex="1">
          <mxGeometry height="60" width="120" x="910" y="860" as="geometry" />
        </mxCell>
        <mxCell id="eX8Cx5BNWnft2gzvnQZb-3" parent="1" style="rounded=1;whiteSpace=wrap;html=1;sketch=1;hachureGap=4;jiggle=2;curveFitting=1;fontFamily=Architects Daughter;fontSource=https%3A%2F%2Ffonts.googleapis.com%2Fcss%3Ffamily%3DArchitects%2BDaughter;labelBackgroundColor=none;fillColor=#F694C1;strokeColor=#AF45ED;fontColor=#095C86;" value="pnl-summary" vertex="1">
          <mxGeometry height="60" width="120" x="700" y="950" as="geometry" />
        </mxCell>
      </root>
    </mxGraphModel>
  </diagram>
  <diagram id="YVkBlKKJ4RNEtawBKbZk" name="Session">
    <mxGraphModel dx="1357" dy="626" grid="1" gridSize="10" guides="1" tooltips="1" connect="1" arrows="1" fold="1" page="0" pageScale="1" pageWidth="402" pageHeight="874" math="0" shadow="0">
      <root>
        <mxCell id="0" />
        <mxCell id="1" parent="0" />
        <mxCell id="b8iQl_XISdQ6rZ6kNcMQ-3" edge="1" parent="1" source="b8iQl_XISdQ6rZ6kNcMQ-1" style="edgeStyle=orthogonalEdgeStyle;rounded=0;orthogonalLoop=1;jettySize=auto;html=1;" target="b8iQl_XISdQ6rZ6kNcMQ-2" value="">
          <mxGeometry relative="1" as="geometry" />
        </mxCell>
        <mxCell id="b8iQl_XISdQ6rZ6kNcMQ-1" parent="1" style="rounded=1;whiteSpace=wrap;html=1;" value="start session" vertex="1">
          <mxGeometry height="60" width="120" x="-200" y="80" as="geometry" />
        </mxCell>
        <mxCell id="b8iQl_XISdQ6rZ6kNcMQ-5" edge="1" parent="1" source="b8iQl_XISdQ6rZ6kNcMQ-2" style="edgeStyle=orthogonalEdgeStyle;rounded=0;orthogonalLoop=1;jettySize=auto;html=1;" target="b8iQl_XISdQ6rZ6kNcMQ-4" value="">
          <mxGeometry relative="1" as="geometry" />
        </mxCell>
        <mxCell id="b8iQl_XISdQ6rZ6kNcMQ-2" parent="1" style="whiteSpace=wrap;html=1;rounded=1;" value="place orders&amp;nbsp;&lt;br&gt;(all or none)" vertex="1">
          <mxGeometry height="60" width="120" y="80" as="geometry" />
        </mxCell>
        <mxCell id="b8iQl_XISdQ6rZ6kNcMQ-7" edge="1" parent="1" source="b8iQl_XISdQ6rZ6kNcMQ-4" style="edgeStyle=orthogonalEdgeStyle;rounded=0;orthogonalLoop=1;jettySize=auto;html=1;" target="b8iQl_XISdQ6rZ6kNcMQ-6" value="">
          <mxGeometry relative="1" as="geometry" />
        </mxCell>
        <mxCell id="b8iQl_XISdQ6rZ6kNcMQ-4" parent="1" style="whiteSpace=wrap;html=1;rounded=1;" value="update margins" vertex="1">
          <mxGeometry height="60" width="120" x="200" y="80" as="geometry" />
        </mxCell>
        <mxCell id="b8iQl_XISdQ6rZ6kNcMQ-6" parent="1" style="whiteSpace=wrap;html=1;rounded=1;" value="create session" vertex="1">
          <mxGeometry height="60" width="120" x="200" y="200" as="geometry" />
        </mxCell>
        <mxCell id="b8iQl_XISdQ6rZ6kNcMQ-8" parent="1" style="rounded=1;whiteSpace=wrap;html=1;fillColor=#fff2cc;strokeColor=#d6b656;" value="firebase" vertex="1">
          <mxGeometry height="40" width="80" x="300" y="190" as="geometry" />
        </mxCell>
        <mxCell id="b8iQl_XISdQ6rZ6kNcMQ-9" parent="1" style="rounded=1;whiteSpace=wrap;html=1;fillColor=#fff2cc;strokeColor=#d6b656;" value="kite" vertex="1">
          <mxGeometry height="40" width="80" x="80" y="50" as="geometry" />
        </mxCell>
        <mxCell id="b8iQl_XISdQ6rZ6kNcMQ-10" parent="1" style="rounded=1;whiteSpace=wrap;html=1;fillColor=#fff2cc;strokeColor=#d6b656;" value="firebase" vertex="1">
          <mxGeometry height="40" width="80" x="290" y="60" as="geometry" />
        </mxCell>
      </root>
    </mxGraphModel>
  </diagram>
  <diagram id="4KjMPYYtLXdBkkJX1B08" name="Auth">
    <mxGraphModel dx="1276" dy="835" grid="0" gridSize="10" guides="1" tooltips="1" connect="1" arrows="1" fold="1" page="0" pageScale="1" pageWidth="402" pageHeight="874" math="0" shadow="0">
      <root>
        <mxCell id="0" />
        <mxCell id="1" parent="0" />
        <mxCell id="pPH6oVQiPgVcm9OUePWL-3" edge="1" parent="1" source="pPH6oVQiPgVcm9OUePWL-1" style="edgeStyle=orthogonalEdgeStyle;rounded=0;orthogonalLoop=1;jettySize=auto;html=1;" target="pPH6oVQiPgVcm9OUePWL-2" value="">
          <mxGeometry relative="1" as="geometry" />
        </mxCell>
        <mxCell id="pPH6oVQiPgVcm9OUePWL-1" parent="1" style="rounded=1;whiteSpace=wrap;html=1;" value="User clicks &quot;Login&quot; Button" vertex="1">
          <mxGeometry height="60" width="120" x="23" y="101" as="geometry" />
        </mxCell>
        <mxCell id="pPH6oVQiPgVcm9OUePWL-5" edge="1" parent="1" source="pPH6oVQiPgVcm9OUePWL-2" style="edgeStyle=orthogonalEdgeStyle;rounded=0;orthogonalLoop=1;jettySize=auto;html=1;" target="pPH6oVQiPgVcm9OUePWL-4" value="">
          <mxGeometry relative="1" as="geometry" />
        </mxCell>
        <mxCell id="pPH6oVQiPgVcm9OUePWL-2" parent="1" style="whiteSpace=wrap;html=1;rounded=1;" value="Open the Login URL" vertex="1">
          <mxGeometry height="60" width="120" x="223" y="101" as="geometry" />
        </mxCell>
        <mxCell id="pPH6oVQiPgVcm9OUePWL-7" edge="1" parent="1" source="pPH6oVQiPgVcm9OUePWL-4" style="edgeStyle=orthogonalEdgeStyle;rounded=0;orthogonalLoop=1;jettySize=auto;html=1;" target="pPH6oVQiPgVcm9OUePWL-6" value="">
          <mxGeometry relative="1" as="geometry" />
        </mxCell>
        <mxCell id="pPH6oVQiPgVcm9OUePWL-4" parent="1" style="whiteSpace=wrap;html=1;rounded=1;" value="User logins to Zerodha" vertex="1">
          <mxGeometry height="60" width="120" x="423" y="101" as="geometry" />
        </mxCell>
        <mxCell id="pPH6oVQiPgVcm9OUePWL-9" edge="1" parent="1" source="pPH6oVQiPgVcm9OUePWL-6" style="edgeStyle=orthogonalEdgeStyle;rounded=0;orthogonalLoop=1;jettySize=auto;html=1;" target="pPH6oVQiPgVcm9OUePWL-8" value="">
          <mxGeometry relative="1" as="geometry" />
        </mxCell>
        <mxCell id="pPH6oVQiPgVcm9OUePWL-6" parent="1" style="whiteSpace=wrap;html=1;rounded=1;" value="Redirected to callback URL with request_token&lt;br&gt;&lt;b&gt;http://localhost:3000/api/auth/kite/callback&lt;/b&gt;" vertex="1">
          <mxGeometry height="60" width="262" x="352" y="244" as="geometry" />
        </mxCell>
        <mxCell id="pPH6oVQiPgVcm9OUePWL-13" edge="1" parent="1" source="pPH6oVQiPgVcm9OUePWL-8" style="edgeStyle=orthogonalEdgeStyle;rounded=0;orthogonalLoop=1;jettySize=auto;html=1;" target="pPH6oVQiPgVcm9OUePWL-12" value="">
          <mxGeometry relative="1" as="geometry" />
        </mxCell>
        <mxCell id="pPH6oVQiPgVcm9OUePWL-8" parent="1" style="whiteSpace=wrap;html=1;rounded=1;" value="In loader for this route, generate the session" vertex="1">
          <mxGeometry height="60" width="120" x="17" y="244" as="geometry" />
        </mxCell>
        <mxCell id="pPH6oVQiPgVcm9OUePWL-15" edge="1" parent="1" source="pPH6oVQiPgVcm9OUePWL-12" style="edgeStyle=orthogonalEdgeStyle;rounded=0;orthogonalLoop=1;jettySize=auto;html=1;" target="pPH6oVQiPgVcm9OUePWL-14" value="">
          <mxGeometry relative="1" as="geometry" />
        </mxCell>
        <mxCell id="pPH6oVQiPgVcm9OUePWL-12" parent="1" style="whiteSpace=wrap;html=1;rounded=1;" value="Serialize and save the access token in cookie" vertex="1">
          <mxGeometry height="60" width="120" x="17" y="384" as="geometry" />
        </mxCell>
        <mxCell id="pPH6oVQiPgVcm9OUePWL-17" edge="1" parent="1" source="pPH6oVQiPgVcm9OUePWL-14" style="edgeStyle=orthogonalEdgeStyle;rounded=0;orthogonalLoop=1;jettySize=auto;html=1;" target="pPH6oVQiPgVcm9OUePWL-16" value="">
          <mxGeometry relative="1" as="geometry" />
        </mxCell>
        <mxCell id="pPH6oVQiPgVcm9OUePWL-14" parent="1" style="whiteSpace=wrap;html=1;rounded=1;" value="redirect to /dashboard" vertex="1">
          <mxGeometry height="60" width="120" x="217" y="384" as="geometry" />
        </mxCell>
        <mxCell id="pPH6oVQiPgVcm9OUePWL-19" edge="1" parent="1" source="pPH6oVQiPgVcm9OUePWL-16" style="edgeStyle=orthogonalEdgeStyle;rounded=0;orthogonalLoop=1;jettySize=auto;html=1;" target="pPH6oVQiPgVcm9OUePWL-18" value="">
          <mxGeometry relative="1" as="geometry" />
        </mxCell>
        <mxCell id="pPH6oVQiPgVcm9OUePWL-16" parent="1" style="whiteSpace=wrap;html=1;rounded=1;" value="in dashboard loader, get the access token from the cookie and send it to client" vertex="1">
          <mxGeometry height="60" width="120" x="417" y="384" as="geometry" />
        </mxCell>
        <mxCell id="pPH6oVQiPgVcm9OUePWL-21" edge="1" parent="1" source="pPH6oVQiPgVcm9OUePWL-18" style="edgeStyle=orthogonalEdgeStyle;rounded=0;orthogonalLoop=1;jettySize=auto;html=1;" target="pPH6oVQiPgVcm9OUePWL-20" value="">
          <mxGeometry relative="1" as="geometry" />
        </mxCell>
        <mxCell id="pPH6oVQiPgVcm9OUePWL-18" parent="1" style="whiteSpace=wrap;html=1;rounded=1;" value="front-end creates the kc client with api_key and access_token.&amp;nbsp;&amp;nbsp;" vertex="1">
          <mxGeometry height="60" width="120" x="617" y="384" as="geometry" />
        </mxCell>
        <mxCell id="pPH6oVQiPgVcm9OUePWL-20" parent="1" style="whiteSpace=wrap;html=1;rounded=1;" value="use kc client for calling Kite APIs" vertex="1">
          <mxGeometry height="60" width="120" x="617" y="524" as="geometry" />
        </mxCell>
      </root>
    </mxGraphModel>
  </diagram>
  <diagram name="UI/UX" id="5MV4RERJIjpIYta4IkZD">
    <mxGraphModel dx="3134" dy="2189" grid="0" gridSize="10" guides="1" tooltips="1" connect="1" arrows="1" fold="1" page="0" pageScale="1" pageWidth="402" pageHeight="874" background="#ffffff" math="0" shadow="0">
      <root>
        <mxCell id="0" />
        <mxCell id="1" parent="0" />
        <mxCell id="ExlUUjPYo0Ii6ma58Pc_-14" parent="1" style="rounded=1;whiteSpace=wrap;html=1;" value="" vertex="1">
          <mxGeometry height="321" width="1097" x="-296" y="-20" as="geometry" />
        </mxCell>
        <mxCell id="ExlUUjPYo0Ii6ma58Pc_-13" parent="1" style="rounded=1;whiteSpace=wrap;html=1;" value="" vertex="1">
          <mxGeometry height="321" width="1097" x="-287" y="732" as="geometry" />
        </mxCell>
        <mxCell id="iMmVTYed4h1aN_pzg3ix-1" parent="1" style="text;html=1;whiteSpace=wrap;strokeColor=none;fillColor=none;align=center;verticalAlign=middle;rounded=0;fontStyle=1;fontSize=48;fontColor=light-dark(#7a7978, #ededed);" value="Net Qty." vertex="1">
          <mxGeometry height="59" width="60" x="-120" y="72" as="geometry" />
        </mxCell>
        <mxCell id="iMmVTYed4h1aN_pzg3ix-2" parent="1" style="text;html=1;whiteSpace=wrap;strokeColor=none;fillColor=none;align=center;verticalAlign=middle;rounded=0;fontStyle=1;fontSize=48;fontColor=light-dark(#7a7978, #ededed);" value="AVG. PRICE" vertex="1">
          <mxGeometry height="59" width="60" x="149" y="61" as="geometry" />
        </mxCell>
        <mxCell id="iMmVTYed4h1aN_pzg3ix-3" parent="1" style="text;html=1;whiteSpace=wrap;strokeColor=none;fillColor=none;align=center;verticalAlign=middle;rounded=0;fontStyle=1;fontSize=48;fontColor=light-dark(#7a7978, #ededed);" value="LTP" vertex="1">
          <mxGeometry height="59" width="60" x="418" y="61" as="geometry" />
        </mxCell>
        <mxCell id="iMmVTYed4h1aN_pzg3ix-4" parent="1" style="text;html=1;whiteSpace=wrap;strokeColor=none;fillColor=none;align=center;verticalAlign=middle;rounded=0;fontStyle=1;fontSize=48;fontColor=light-dark(#7a7978, #ededed);" value="PnL" vertex="1">
          <mxGeometry height="59" width="60" x="687" y="61" as="geometry" />
        </mxCell>
        <mxCell id="iMmVTYed4h1aN_pzg3ix-5" parent="1" style="text;html=1;whiteSpace=wrap;strokeColor=none;fillColor=none;align=center;verticalAlign=middle;rounded=0;fontSize=36;fontStyle=1" value="100" vertex="1">
          <mxGeometry height="30" width="60" x="-120" y="211" as="geometry" />
        </mxCell>
        <mxCell id="iMmVTYed4h1aN_pzg3ix-6" parent="1" style="text;html=1;whiteSpace=wrap;strokeColor=none;fillColor=none;align=center;verticalAlign=middle;rounded=0;fontSize=36;fontStyle=1" value="36.40" vertex="1">
          <mxGeometry height="30" width="60" x="149" y="211" as="geometry" />
        </mxCell>
        <mxCell id="iMmVTYed4h1aN_pzg3ix-7" parent="1" style="text;html=1;whiteSpace=wrap;strokeColor=none;fillColor=none;align=center;verticalAlign=middle;rounded=0;fontSize=36;fontStyle=1" value="37.45" vertex="1">
          <mxGeometry height="30" width="60" x="418" y="211" as="geometry" />
        </mxCell>
        <mxCell id="iMmVTYed4h1aN_pzg3ix-8" parent="1" style="text;html=1;whiteSpace=wrap;strokeColor=none;fillColor=none;align=center;verticalAlign=middle;rounded=0;fontSize=36;fontStyle=1" value="100" vertex="1">
          <mxGeometry height="30" width="60" x="687" y="211" as="geometry" />
        </mxCell>
        <mxCell id="7si3vGMUa6yKKs87A3T9-2" edge="1" parent="1" source="7si3vGMUa6yKKs87A3T9-1" style="edgeStyle=orthogonalEdgeStyle;rounded=0;orthogonalLoop=1;jettySize=auto;html=1;exitX=0.5;exitY=0;exitDx=0;exitDy=0;entryX=0;entryY=0.5;entryDx=0;entryDy=0;" target="iMmVTYed4h1aN_pzg3ix-5">
          <mxGeometry relative="1" as="geometry">
            <Array as="points">
              <mxPoint x="-283" y="227" />
              <mxPoint x="-139" y="227" />
            </Array>
            <mxPoint x="-139.09090909090924" y="259.27272727272725" as="targetPoint" />
          </mxGeometry>
        </mxCell>
        <mxCell id="7si3vGMUa6yKKs87A3T9-1" parent="1" style="text;html=1;whiteSpace=wrap;strokeColor=none;fillColor=none;align=center;verticalAlign=middle;rounded=0;fontStyle=1" value="Red color if negative, blue color if positive" vertex="1">
          <mxGeometry height="70" width="129" x="-347" y="453" as="geometry" />
        </mxCell>
        <mxCell id="7si3vGMUa6yKKs87A3T9-4" edge="1" parent="1" source="7si3vGMUa6yKKs87A3T9-3" style="edgeStyle=orthogonalEdgeStyle;rounded=0;orthogonalLoop=1;jettySize=auto;html=1;entryX=0.5;entryY=1;entryDx=0;entryDy=0;" target="iMmVTYed4h1aN_pzg3ix-8">
          <mxGeometry relative="1" as="geometry" />
        </mxCell>
        <mxCell id="7si3vGMUa6yKKs87A3T9-3" parent="1" style="text;html=1;whiteSpace=wrap;strokeColor=none;fillColor=none;align=center;verticalAlign=middle;rounded=0;fontStyle=1" value="Red color if negative, blue color if positive" vertex="1">
          <mxGeometry height="70" width="129" x="681" y="398" as="geometry" />
        </mxCell>
        <mxCell id="7si3vGMUa6yKKs87A3T9-5" parent="1" style="text;html=1;whiteSpace=wrap;strokeColor=none;fillColor=none;align=center;verticalAlign=middle;rounded=0;" value="Will receive the following props:&lt;br&gt;netQuantity: number;&lt;br&gt;&lt;div&gt;averagePrice: number&lt;/div&gt;&lt;div&gt;ltp: number;&lt;/div&gt;" vertex="1">
          <mxGeometry height="101" width="203" x="-25" y="355" as="geometry" />
        </mxCell>
        <mxCell id="7si3vGMUa6yKKs87A3T9-6" parent="1" style="text;html=1;whiteSpace=wrap;strokeColor=none;fillColor=none;align=center;verticalAlign=middle;rounded=0;" value="PnL needs to be calculated by the component" vertex="1">
          <mxGeometry height="101" width="203" x="-21" y="482" as="geometry" />
        </mxCell>
        <mxCell id="7si3vGMUa6yKKs87A3T9-7" parent="1" style="text;html=1;whiteSpace=wrap;strokeColor=none;fillColor=none;align=center;verticalAlign=middle;rounded=0;fontStyle=1;fontSize=48;fontColor=light-dark(#7a7978, #ededed);" value="Net Qty." vertex="1">
          <mxGeometry height="59" width="60" x="-186" y="816" as="geometry" />
        </mxCell>
        <mxCell id="7si3vGMUa6yKKs87A3T9-8" parent="1" style="text;html=1;whiteSpace=wrap;strokeColor=none;fillColor=none;align=center;verticalAlign=middle;rounded=0;fontStyle=1;fontSize=48;fontColor=light-dark(#7a7978, #ededed);" value="AVG. PRICE" vertex="1">
          <mxGeometry height="59" width="60" x="83" y="805" as="geometry" />
        </mxCell>
        <mxCell id="7si3vGMUa6yKKs87A3T9-9" parent="1" style="text;html=1;whiteSpace=wrap;strokeColor=none;fillColor=none;align=center;verticalAlign=middle;rounded=0;fontStyle=1;fontSize=48;fontColor=light-dark(#7a7978, #ededed);" value="LTP" vertex="1">
          <mxGeometry height="59" width="60" x="352" y="805" as="geometry" />
        </mxCell>
        <mxCell id="7si3vGMUa6yKKs87A3T9-10" parent="1" style="text;html=1;whiteSpace=wrap;strokeColor=none;fillColor=none;align=center;verticalAlign=middle;rounded=0;fontStyle=1;fontSize=48;fontColor=light-dark(#7a7978, #ededed);" value="PnL" vertex="1">
          <mxGeometry height="59" width="60" x="621" y="805" as="geometry" />
        </mxCell>
        <mxCell id="7si3vGMUa6yKKs87A3T9-11" parent="1" style="text;html=1;whiteSpace=wrap;strokeColor=none;fillColor=none;align=center;verticalAlign=middle;rounded=0;fontSize=18;fontStyle=1" value="{props.netQuantity}" vertex="1">
          <mxGeometry height="30" width="60" x="-186" y="955" as="geometry" />
        </mxCell>
        <mxCell id="7si3vGMUa6yKKs87A3T9-12" parent="1" style="text;html=1;whiteSpace=wrap;strokeColor=none;fillColor=none;align=center;verticalAlign=middle;rounded=0;fontSize=18;fontStyle=1" value="&lt;div&gt;{props.averagePrice}&lt;/div&gt;" vertex="1">
          <mxGeometry height="30" width="60" x="83" y="955" as="geometry" />
        </mxCell>
        <mxCell id="7si3vGMUa6yKKs87A3T9-13" parent="1" style="text;html=1;whiteSpace=wrap;strokeColor=none;fillColor=none;align=center;verticalAlign=middle;rounded=0;fontSize=18;fontStyle=1" value="{props.ltp}" vertex="1">
          <mxGeometry height="30" width="60" x="352" y="955" as="geometry" />
        </mxCell>
        <mxCell id="7si3vGMUa6yKKs87A3T9-14" parent="1" style="text;html=1;whiteSpace=wrap;strokeColor=none;fillColor=none;align=center;verticalAlign=middle;rounded=0;fontSize=18;fontStyle=1" value="{pnl}" vertex="1">
          <mxGeometry height="30" width="60" x="621" y="955" as="geometry" />
        </mxCell>
        <mxCell id="ExlUUjPYo0Ii6ma58Pc_-1" parent="1" style="rounded=1;whiteSpace=wrap;html=1;" value="" vertex="1">
          <mxGeometry height="321" width="1253" x="-202" y="1234" as="geometry" />
        </mxCell>
        <mxCell id="ExlUUjPYo0Ii6ma58Pc_-2" parent="1" style="text;html=1;whiteSpace=wrap;strokeColor=none;fillColor=none;align=center;verticalAlign=middle;rounded=0;fontStyle=1;fontSize=48;fontColor=light-dark(#7a7978, #ededed);" value="Total Margin" vertex="1">
          <mxGeometry height="59" width="168" x="-154" y="1292" as="geometry" />
        </mxCell>
        <mxCell id="ExlUUjPYo0Ii6ma58Pc_-3" parent="1" style="text;html=1;whiteSpace=wrap;strokeColor=none;fillColor=none;align=center;verticalAlign=middle;rounded=0;fontStyle=1;fontSize=48;fontColor=light-dark(#7a7978, #ededed);" value="Utilized Margin" vertex="1">
          <mxGeometry height="59" width="168" x="330" y="1295" as="geometry" />
        </mxCell>
        <mxCell id="ExlUUjPYo0Ii6ma58Pc_-4" parent="1" style="text;html=1;whiteSpace=wrap;strokeColor=none;fillColor=none;align=center;verticalAlign=middle;rounded=0;fontStyle=1;fontSize=48;fontColor=light-dark(#7a7978, #ededed);" value="Net Margin" vertex="1">
          <mxGeometry height="59" width="168" x="813" y="1289" as="geometry" />
        </mxCell>
        <mxCell id="ExlUUjPYo0Ii6ma58Pc_-5" parent="1" style="text;html=1;whiteSpace=wrap;strokeColor=none;fillColor=none;align=center;verticalAlign=middle;rounded=0;fontSize=42;" value="₹2000" vertex="1">
          <mxGeometry height="30" width="60" x="-100" y="1412" as="geometry" />
        </mxCell>
        <mxCell id="ExlUUjPYo0Ii6ma58Pc_-7" parent="1" style="text;html=1;whiteSpace=wrap;strokeColor=none;fillColor=none;align=center;verticalAlign=middle;rounded=0;fontSize=42;" value="₹200" vertex="1">
          <mxGeometry height="30" width="60" x="384" y="1412" as="geometry" />
        </mxCell>
        <mxCell id="ExlUUjPYo0Ii6ma58Pc_-8" parent="1" style="text;html=1;whiteSpace=wrap;strokeColor=none;fillColor=none;align=center;verticalAlign=middle;rounded=0;fontSize=42;" value="₹1800" vertex="1">
          <mxGeometry height="30" width="60" x="867" y="1412" as="geometry" />
        </mxCell>
        <mxCell id="ExlUUjPYo0Ii6ma58Pc_-9" parent="1" style="html=1;shadow=0;dashed=0;shape=mxgraph.bootstrap.rrect;rSize=5;fillColor=#E9ECEF;strokeColor=none;" value="" vertex="1">
          <mxGeometry height="20" width="800" x="24.5" y="1507" as="geometry" />
        </mxCell>
        <mxCell id="ExlUUjPYo0Ii6ma58Pc_-10" parent="ExlUUjPYo0Ii6ma58Pc_-9" style="html=1;shadow=0;dashed=0;shape=mxgraph.bootstrap.leftButton;rSize=5;fillColor=#1CA5B8;strokeColor=none;resizeHeight=1;" value="" vertex="1">
          <mxGeometry height="20" relative="1" width="250" as="geometry" />
        </mxCell>
        <mxCell id="ExlUUjPYo0Ii6ma58Pc_-11" parent="1" style="text;html=1;whiteSpace=wrap;strokeColor=none;fillColor=none;align=center;verticalAlign=middle;rounded=0;fontSize=24;" value="The max value on the progress bar is the total margin and the filled in part is the utilized margin" vertex="1">
          <mxGeometry height="92" width="269" x="175" y="1620" as="geometry" />
        </mxCell>
        <mxCell id="ExlUUjPYo0Ii6ma58Pc_-12" edge="1" parent="1" source="ExlUUjPYo0Ii6ma58Pc_-11" style="edgeStyle=orthogonalEdgeStyle;rounded=0;orthogonalLoop=1;jettySize=auto;html=1;exitX=0.5;exitY=0;exitDx=0;exitDy=0;entryX=0.412;entryY=0.999;entryDx=0;entryDy=0;entryPerimeter=0;" target="ExlUUjPYo0Ii6ma58Pc_-1">
          <mxGeometry relative="1" as="geometry" />
        </mxCell>
      </root>
    </mxGraphModel>
  </diagram>
  <diagram id="dmkDPsUycKQvBsQ4H3Di" name="Kite-Fly-Ticker-Architecture">
    <mxGraphModel dx="1357" dy="626" grid="0" gridSize="10" guides="1" tooltips="1" connect="1" arrows="1" fold="1" page="0" pageScale="1" pageWidth="402" pageHeight="874" math="0" shadow="0">
      <root>
        <mxCell id="0" />
        <mxCell id="1" parent="0" />
        <mxCell id="FDZGNOtkY16CQce4NqAR-3" edge="1" parent="1" source="FDZGNOtkY16CQce4NqAR-1" style="edgeStyle=orthogonalEdgeStyle;rounded=0;orthogonalLoop=1;jettySize=auto;html=1;" target="FDZGNOtkY16CQce4NqAR-2" value="">
          <mxGeometry relative="1" as="geometry" />
        </mxCell>
        <mxCell id="FDZGNOtkY16CQce4NqAR-1" parent="1" style="rounded=1;whiteSpace=wrap;html=1;" value="Client posts a request - for example:&lt;br&gt;&lt;div&gt;&lt;br&gt;&lt;/div&gt;&lt;br&gt;&lt;div&gt;fetch(&quot;http://localhost:3000/api/ltp&quot;, () =&amp;gt; {&lt;/div&gt;&lt;div&gt;method: &quot;POST&quot;,&lt;/div&gt;&lt;div&gt;body: JSON.stringify({&lt;/div&gt;&lt;div&gt;instrument: &quot;WIPRO&quot;,&lt;br&gt;ltp: 128.10&lt;/div&gt;&lt;div&gt;})&lt;/div&gt;&lt;div&gt;})&lt;br&gt;&lt;br&gt;The call is made from another site - for ex. https://kite.zerodha.com&lt;/div&gt;" vertex="1">
          <mxGeometry height="236" width="345" x="-33" y="45" as="geometry" />
        </mxCell>
        <mxCell id="FDZGNOtkY16CQce4NqAR-5" edge="1" parent="1" source="FDZGNOtkY16CQce4NqAR-2" style="edgeStyle=orthogonalEdgeStyle;rounded=0;orthogonalLoop=1;jettySize=auto;html=1;" target="FDZGNOtkY16CQce4NqAR-4" value="">
          <mxGeometry relative="1" as="geometry" />
        </mxCell>
        <mxCell id="FDZGNOtkY16CQce4NqAR-2" parent="1" style="whiteSpace=wrap;html=1;rounded=1;" value="SERVER" vertex="1">
          <mxGeometry height="60" width="120" x="504.5" y="98.5" as="geometry" />
        </mxCell>
        <mxCell id="FDZGNOtkY16CQce4NqAR-8" edge="1" parent="1" source="FDZGNOtkY16CQce4NqAR-4" style="edgeStyle=orthogonalEdgeStyle;rounded=0;orthogonalLoop=1;jettySize=auto;html=1;exitX=0.75;exitY=1;exitDx=0;exitDy=0;entryX=1;entryY=0.75;entryDx=0;entryDy=0;" target="FDZGNOtkY16CQce4NqAR-6">
          <mxGeometry relative="1" as="geometry" />
        </mxCell>
        <mxCell id="FDZGNOtkY16CQce4NqAR-4" parent="1" style="whiteSpace=wrap;html=1;rounded=1;" value="Websocket" vertex="1">
          <mxGeometry height="60" width="120" x="504.5" y="265" as="geometry" />
        </mxCell>
        <mxCell id="FDZGNOtkY16CQce4NqAR-7" edge="1" parent="1" source="FDZGNOtkY16CQce4NqAR-6" style="edgeStyle=orthogonalEdgeStyle;rounded=0;orthogonalLoop=1;jettySize=auto;html=1;entryX=0.5;entryY=1;entryDx=0;entryDy=0;" target="FDZGNOtkY16CQce4NqAR-4">
          <mxGeometry relative="1" as="geometry" />
        </mxCell>
        <mxCell id="FDZGNOtkY16CQce4NqAR-6" parent="1" style="rounded=1;whiteSpace=wrap;html=1;" value="On another client,&lt;div&gt;new Websocket()&lt;/div&gt;// receive the data which is sent from /api/ltp" vertex="1">
          <mxGeometry height="167" width="345" x="1" y="392" as="geometry" />
        </mxCell>
      </root>
    </mxGraphModel>
  </diagram>
</mxfile>
